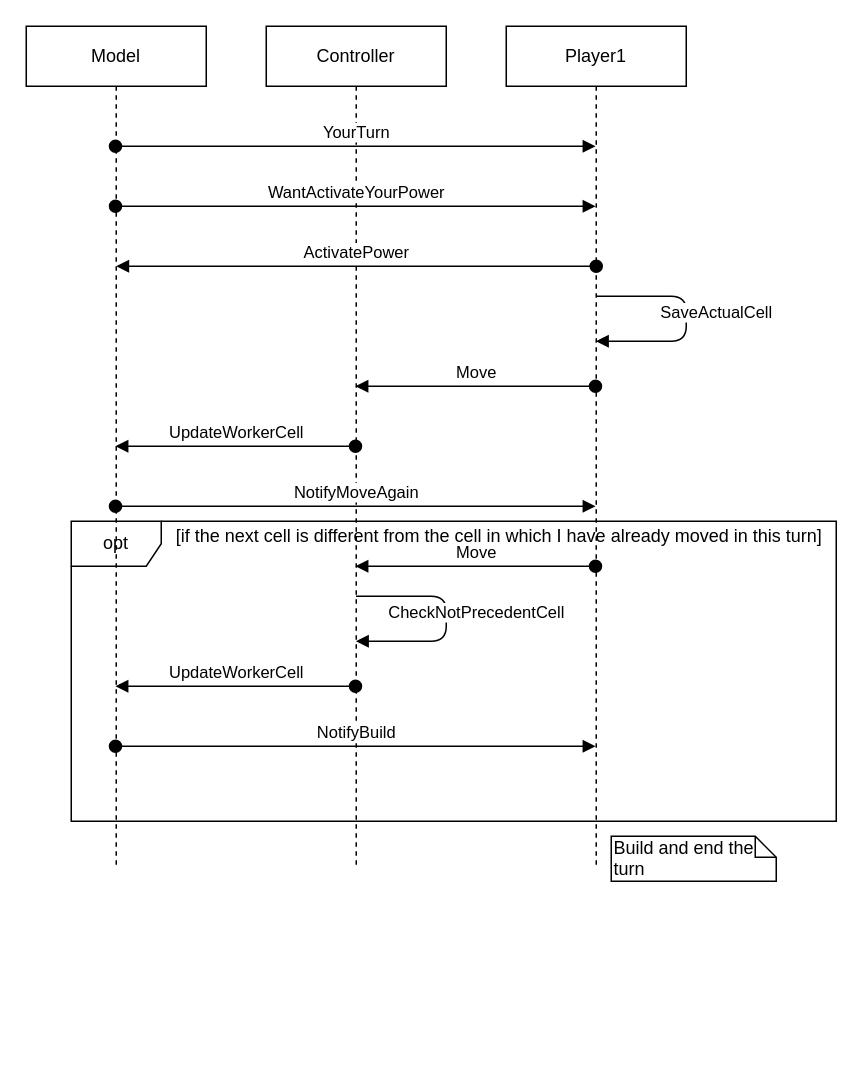
Before: page "Case_Artemis" (3 of 9) of UML/newUML.drawio in matteovisotto/ing-sw-2020-Siriani-Stucchi-Visotto, a draw.io diagram. Source tidied: cells renumbered, new cells numbered last; positions are measured from the earlier drawing's top-left corner, leaving out a move shared by most shapes. Both pictures are drawn from the tidied source at 150%, with x=0, y=0 at pixel (26, 26).
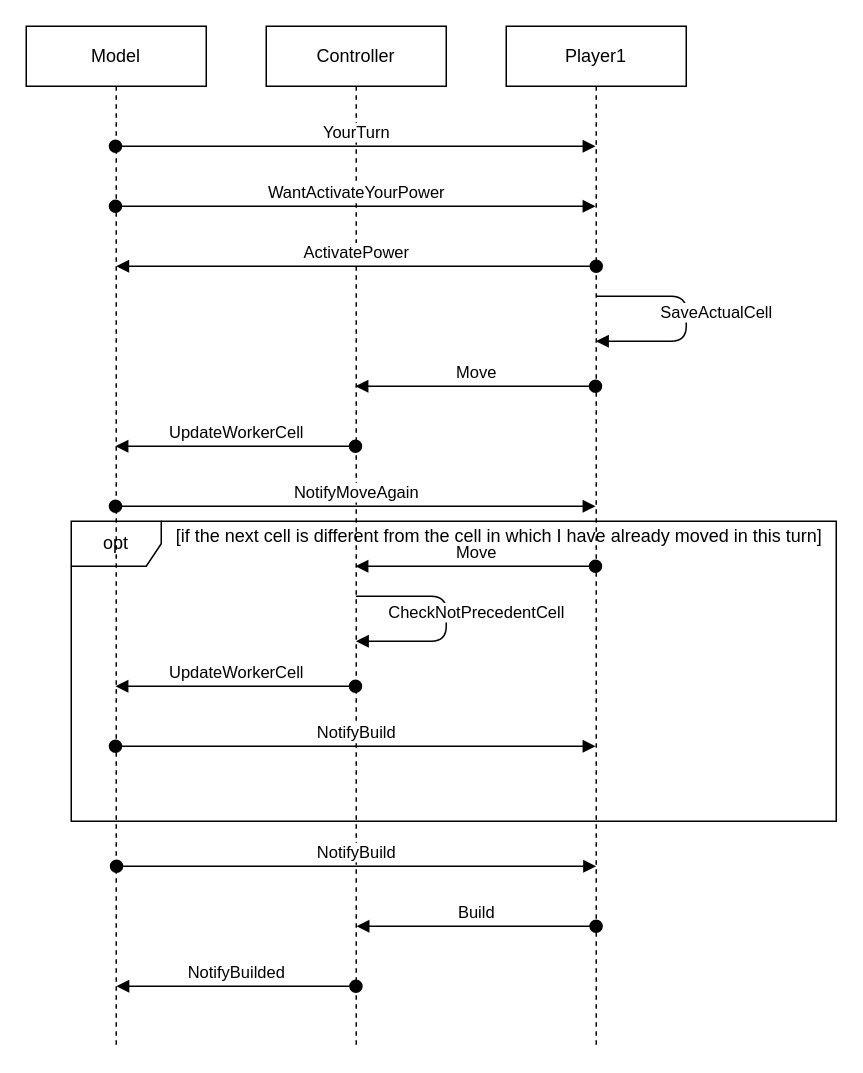
Above is the later version.

Commit message:
Added Pan Case.

Diff of the diagram source:
```diff
@@
     <mxCell id="3" value="Model&lt;br&gt;" style="shape=umlLifeline;perimeter=lifelinePerimeter;whiteSpace=wrap;html=1;outlineConnect=0;" parent="1" vertex="1">
-      <mxGeometry width="120" height="560" as="geometry" />
+      <mxGeometry width="120" height="680" as="geometry" />
     </mxCell>
     <mxCell id="4" value="Player1" style="shape=umlLifeline;perimeter=lifelinePerimeter;whiteSpace=wrap;html=1;outlineConnect=0;" parent="1" vertex="1">
-      <mxGeometry x="320" width="120" height="560" as="geometry" />
+      <mxGeometry x="320" width="120" height="680" as="geometry" />
     </mxCell>
     <mxCell id="5" value="Controller" style="shape=umlLifeline;perimeter=lifelinePerimeter;whiteSpace=wrap;html=1;outlineConnect=0;" parent="1" vertex="1">
-      <mxGeometry x="160" width="120" height="560" as="geometry" />
+      <mxGeometry x="160" width="120" height="680" as="geometry" />
     </mxCell>
@@
-    <mxCell id="14" value="Build and end the turn" style="shape=note;whiteSpace=wrap;html=1;size=14;verticalAlign=top;align=left;spacingTop=-6;" parent="1" vertex="1">
-      <mxGeometry x="390" y="540" width="110" height="30" as="geometry" />
-    </mxCell>
@@
+    <mxCell id="19" value="Build" style="html=1;verticalAlign=bottom;startArrow=oval;startFill=1;endArrow=block;startSize=8;" parent="1" edge="1">
+      <mxGeometry relative="1" as="geometry">
+        <mxPoint x="379.9" y="600" as="sourcePoint" />
+        <mxPoint x="220.2" y="600" as="targetPoint" />
+        <Array as="points">
+          <mxPoint x="310.4" y="600" />
+        </Array>
+      </mxGeometry>
+    </mxCell>
+    <mxCell id="20" value="NotifyBuilded" style="html=1;verticalAlign=bottom;startArrow=oval;startFill=1;endArrow=block;startSize=8;" parent="1" edge="1">
+      <mxGeometry relative="1" as="geometry">
+        <mxPoint x="219.8" y="640" as="sourcePoint" />
+        <mxPoint x="60.1" y="640" as="targetPoint" />
+        <Array as="points">
+          <mxPoint x="160.3" y="640" />
+        </Array>
+      </mxGeometry>
+    </mxCell>
+    <mxCell id="21" value="NotifyBuild" style="html=1;verticalAlign=bottom;startArrow=oval;startFill=1;endArrow=block;startSize=8;" parent="1" edge="1">
+      <mxGeometry relative="1" as="geometry">
+        <mxPoint x="60.2" y="560" as="sourcePoint" />
+        <mxPoint x="379.9" y="560" as="targetPoint" />
+        <Array as="points">
+          <mxPoint x="320.4" y="560" />
+        </Array>
+      </mxGeometry>
+    </mxCell>
```
